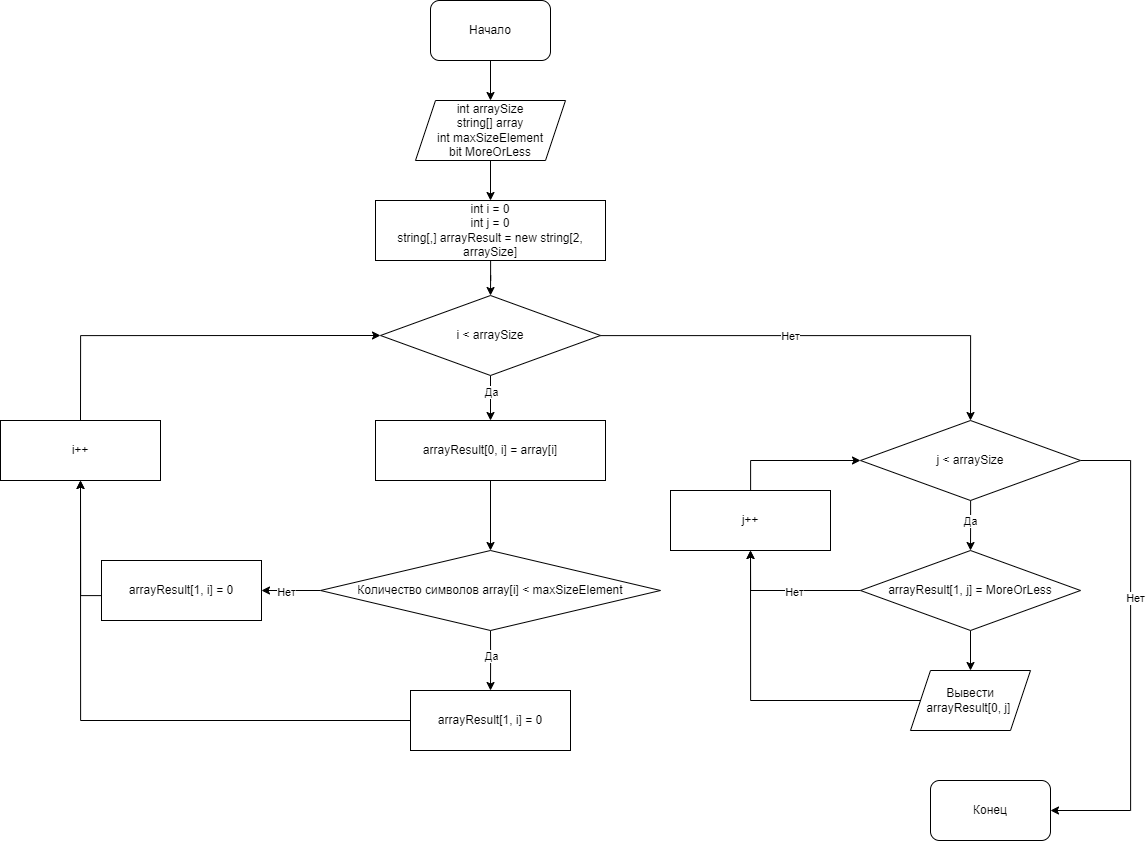
This is AlgorithmResolving.png from sysPeshkov/ControlWorks, a draw.io export, as it was before one commit. Source tidied: cells renumbered, new cells last; positions are measured from the earlier drawing's top-left corner, leaving out a move shared by most shapes.
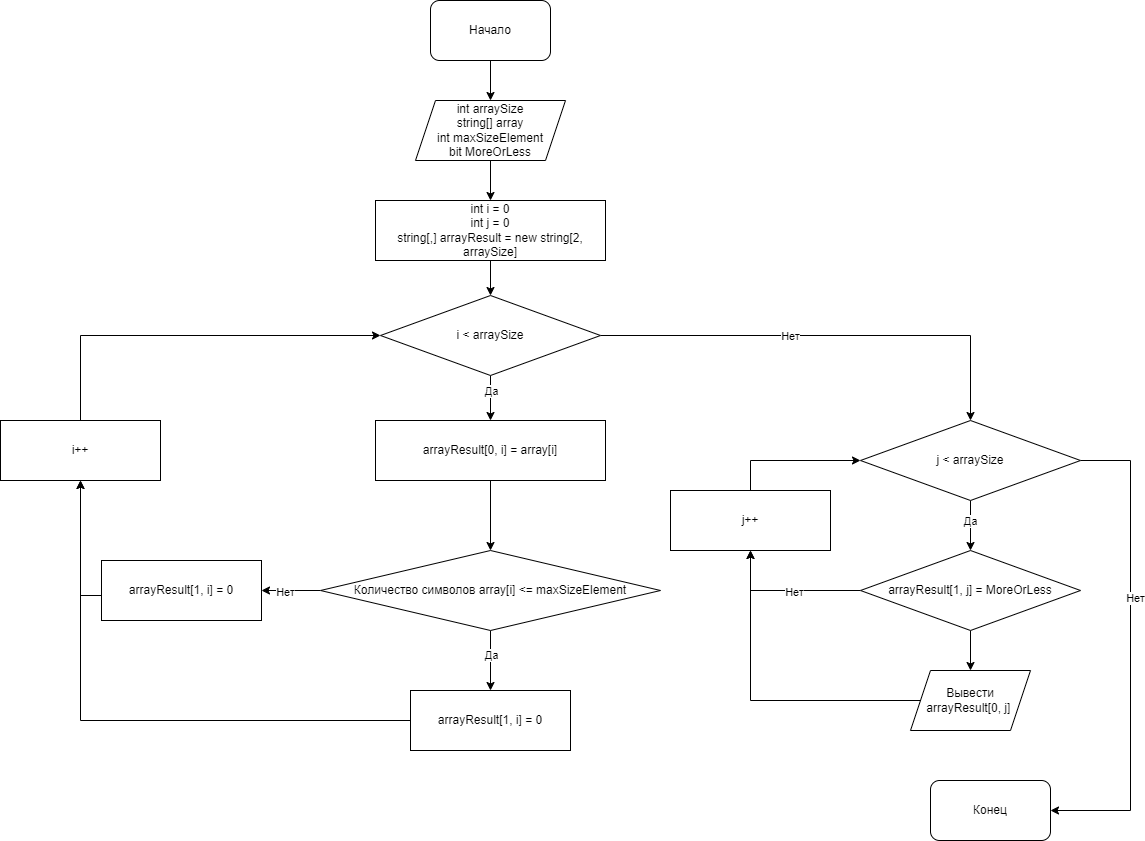
The same file after the commit.

Diff of the diagram source:
```diff
@@ -61,7 +61,7 @@
     <mxCell id="19" value="Нет" style="edgeLabel;html=1;align=center;verticalAlign=middle;" parent="18" vertex="1">
       <mxGeometry x="0.21" y="1" relative="1" as="geometry" />
     </mxCell>
-    <mxCell id="20" value="Количество символов array[i] &amp;lt; maxSizeElement" style="rhombus;whiteSpace=wrap;html=1;rounded=0;" parent="1" vertex="1">
+    <mxCell id="20" value="Количество символов array[i] &amp;lt;= maxSizeElement" style="rhombus;whiteSpace=wrap;html=1;rounded=0;" parent="1" vertex="1">
       <mxGeometry x="320" y="550" width="340" height="80" as="geometry" />
     </mxCell>
     <mxCell id="21" style="edgeStyle=orthogonalEdgeStyle;rounded=0;jettySize=auto;html=1;entryX=0;entryY=0.5;entryDx=0;entryDy=0;exitX=0.5;exitY=0;exitDx=0;exitDy=0;" parent="1" edge="1" source="22" target="13">
```
